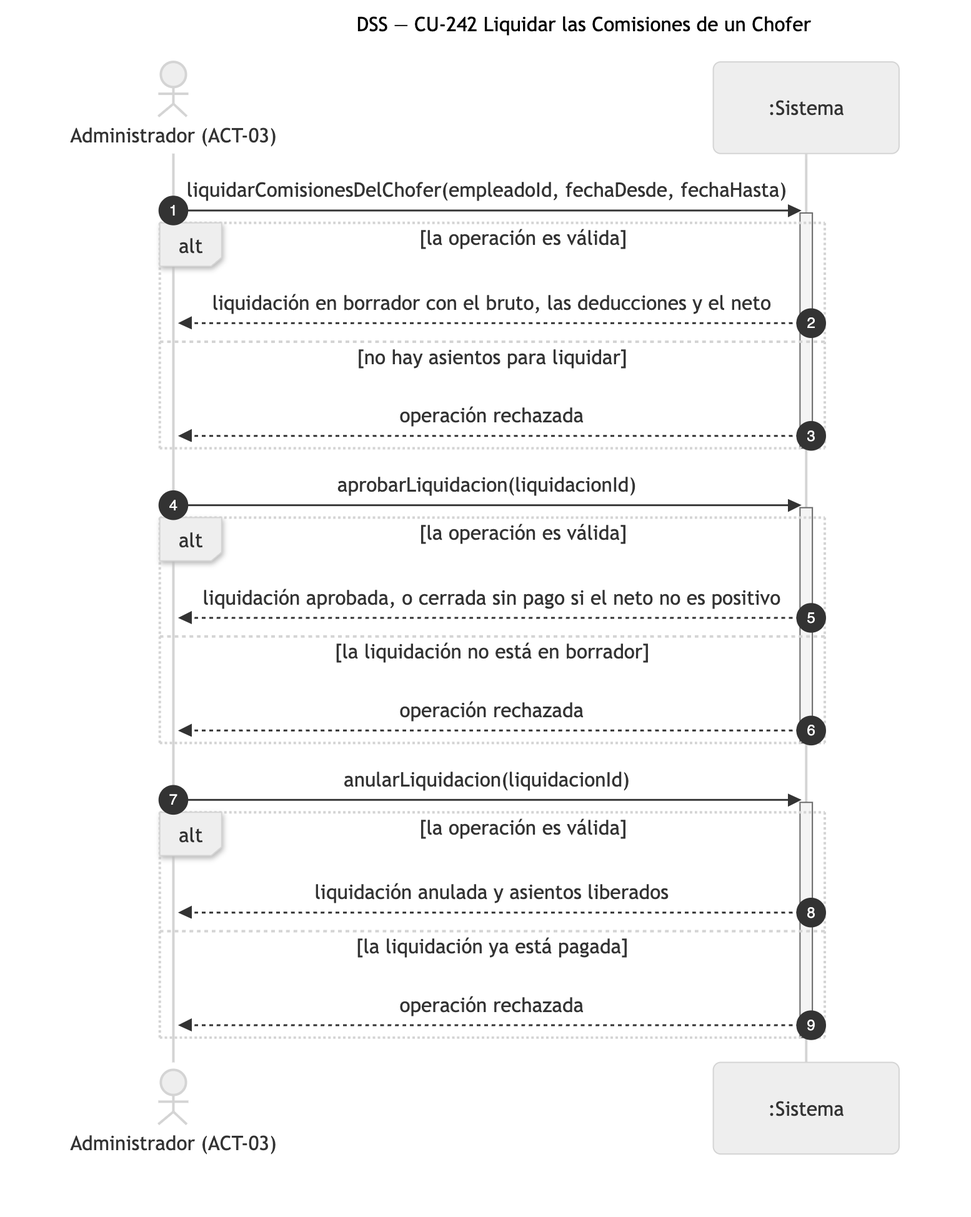
Earlier version of the Mermaid export diagramas/png/DSS_CU-242_Liquidar-las-Comisiones-de-un-Chofer.png (Nahuelito-Dev/splg-docs). Its source is kept beside it as diagramas/DSS_CU-242_Liquidar-las-Comisiones-de-un-Chofer.mmd.
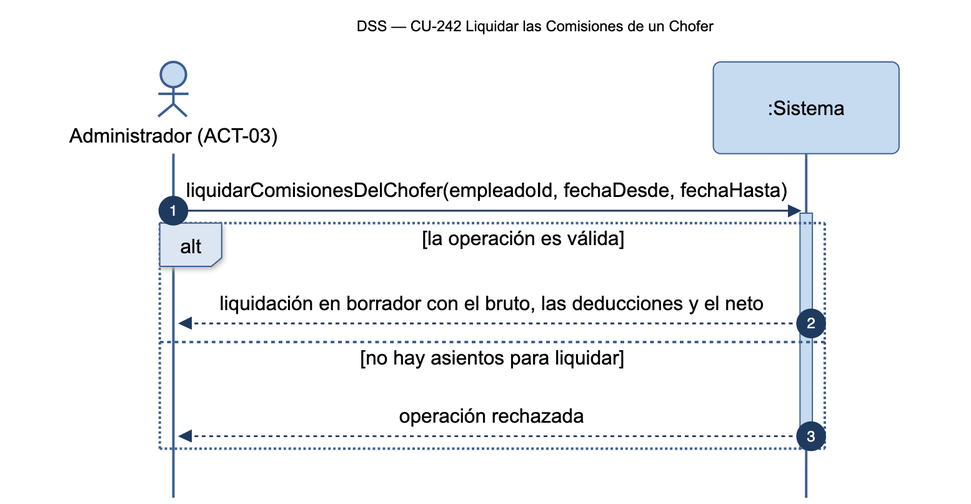
The same diagram one commit later.

The edit, as a diff of the source:
```diff
@@ -12,21 +12,3 @@
         SIS-->>ADM: operación rechazada
     end
     deactivate SIS
-
-    ADM->>SIS: aprobarLiquidacion(liquidacionId)
-    activate SIS
-    alt la operación es válida
-        SIS-->>ADM: liquidación aprobada, o cerrada sin pago si el neto no es positivo
-    else la liquidación no está en borrador
-        SIS-->>ADM: operación rechazada
-    end
-    deactivate SIS
-
-    ADM->>SIS: anularLiquidacion(liquidacionId)
-    activate SIS
-    alt la operación es válida
-        SIS-->>ADM: liquidación anulada y asientos liberados
-    else la liquidación ya está pagada
-        SIS-->>ADM: operación rechazada
-    end
-    deactivate SIS
```
